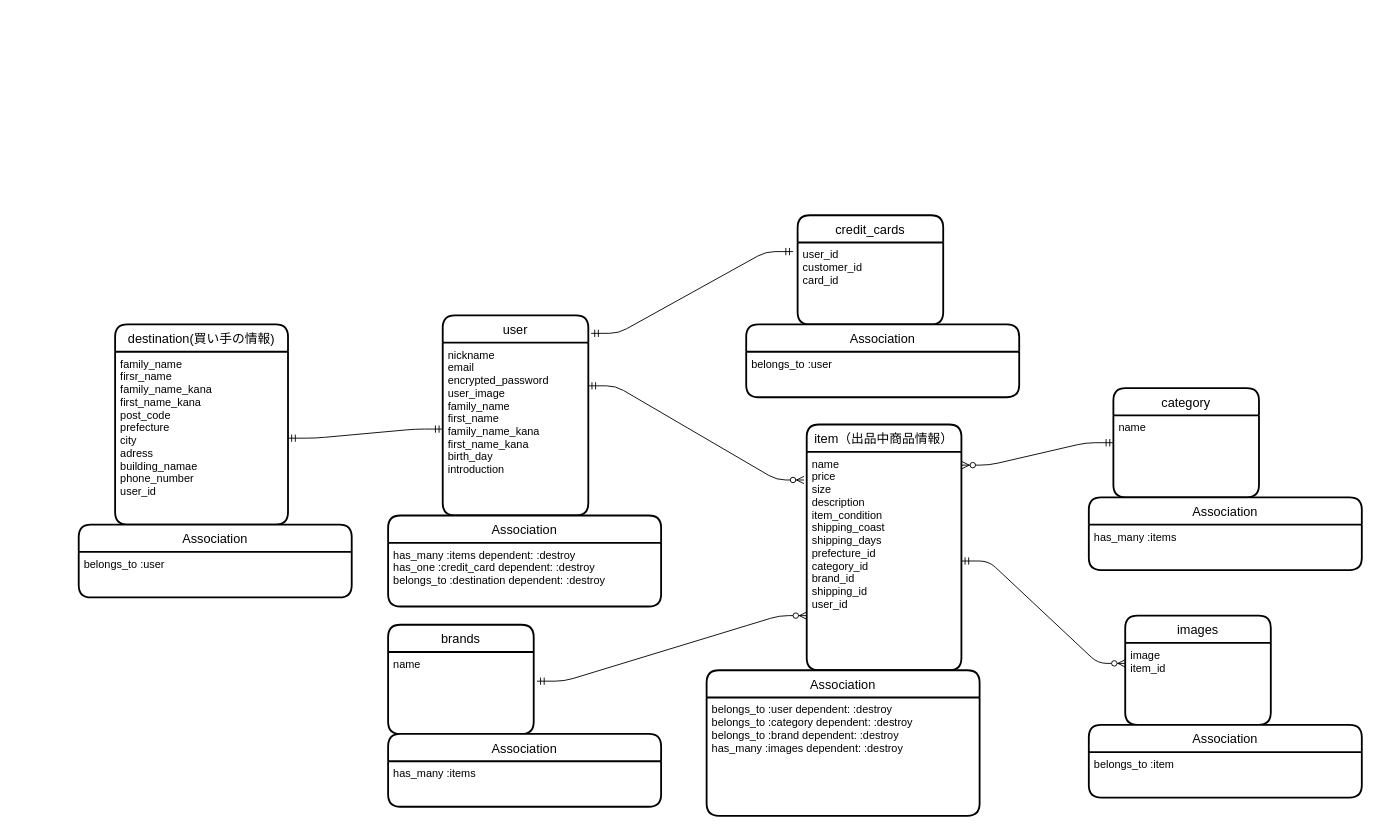
donrow007/furima-38283 keeps this draw.io diagram as furima.dio. Above is the earlier version. Source tidied: cells renumbered, new cells numbered last; positions are measured from the earlier drawing's top-left corner, leaving out a move shared by most shapes. Both pictures are drawn from the tidied source at 91%, with x=0, y=0 at pixel (78, 215).
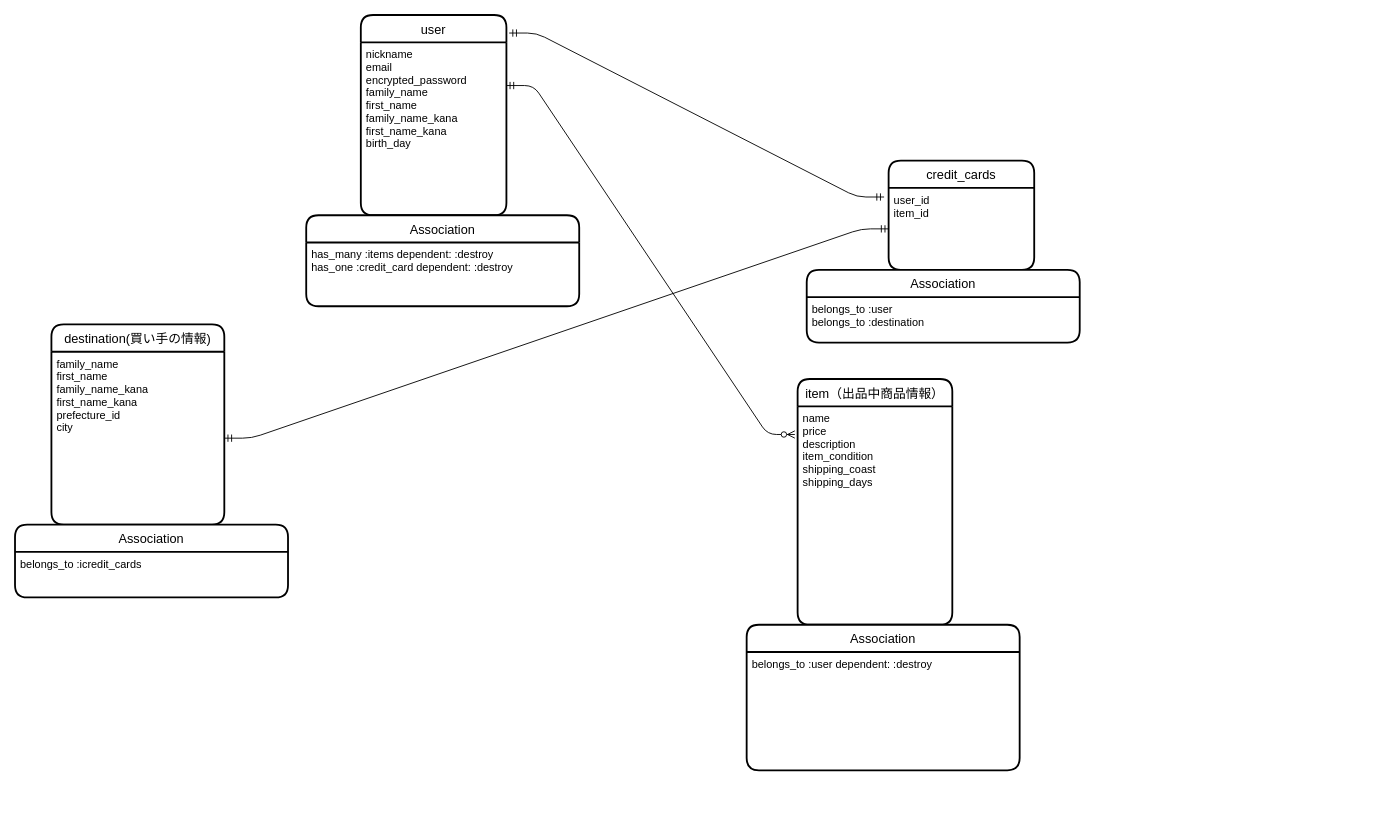
Above is the later version.

Commit message (it also covers changes not shown here):
DB設計　２回目提出

Diff of the diagram source:
```diff
@@
     <mxCell id="2" value="credit_cards" style="swimlane;horizontal=1;startSize=30;rounded=1;fontSize=14;fontStyle=0;strokeWidth=2;shadow=0;dashed=0;align=center;" parent="1" vertex="1">
-      <mxGeometry x="790" width="160" height="120" as="geometry" />
+      <mxGeometry x="890" y="-60" width="160" height="120" as="geometry" />
     </mxCell>
-    <mxCell id="3" value="user_id&#10;customer_id&#10;card_id" style="align=left;strokeColor=none;fillColor=none;spacingLeft=4;fontSize=12;verticalAlign=top;" parent="2" vertex="1">
+    <mxCell id="3" value="user_id&#10;item_id" style="align=left;strokeColor=none;fillColor=none;spacingLeft=4;fontSize=12;verticalAlign=top;" parent="2" vertex="1">
       <mxGeometry y="30" width="160" height="90" as="geometry" />
     </mxCell>
-    <mxCell id="4" value="brands" style="swimlane;horizontal=1;startSize=30;rounded=1;fontSize=14;fontStyle=0;strokeWidth=2;shadow=0;dashed=0;align=center;" parent="1" vertex="1">
-      <mxGeometry x="340" y="450" width="160" height="120" as="geometry" />
-    </mxCell>
-    <mxCell id="5" value="name" style="align=left;strokeColor=none;fillColor=none;spacingLeft=4;fontSize=12;verticalAlign=top;" parent="4" vertex="1">
-      <mxGeometry y="30" width="160" height="90" as="geometry" />
-    </mxCell>
-    <mxCell id="6" value="images" style="swimlane;horizontal=1;startSize=30;rounded=1;fontSize=14;fontStyle=0;strokeWidth=2;shadow=0;dashed=0;align=center;" parent="1" vertex="1">
-      <mxGeometry x="1150" y="440" width="160" height="120" as="geometry" />
-    </mxCell>
-    <mxCell id="7" value="image&#10;item_id&#10;" style="align=left;strokeColor=none;fillColor=none;spacingLeft=4;fontSize=12;verticalAlign=top;" parent="6" vertex="1">
-      <mxGeometry y="30" width="160" height="90" as="geometry" />
-    </mxCell>
-    <mxCell id="8" value="category" style="swimlane;horizontal=1;startSize=30;rounded=1;fontSize=14;fontStyle=0;strokeWidth=2;shadow=0;dashed=0;align=center;" parent="1" vertex="1">
-      <mxGeometry x="1137" y="190" width="160" height="120" as="geometry" />
-    </mxCell>
-    <mxCell id="9" value="name&#10;&#10;" style="align=left;strokeColor=none;fillColor=none;spacingLeft=4;fontSize=12;verticalAlign=top;" parent="8" vertex="1">
-      <mxGeometry y="30" width="160" height="90" as="geometry" />
-    </mxCell>
     <mxCell id="10" value="item（出品中商品情報）" style="swimlane;horizontal=1;startSize=30;rounded=1;fontSize=14;fontStyle=0;strokeWidth=2;shadow=0;dashed=0;align=center;" parent="1" vertex="1">
-      <mxGeometry x="800" y="230" width="170" height="270" as="geometry" />
+      <mxGeometry x="790" y="180" width="170" height="270" as="geometry" />
     </mxCell>
-    <mxCell id="11" value="name&#10;price&#10;size&#10;description&#10;item_condition&#10;shipping_coast&#10;shipping_days&#10;prefecture_id&#10;category_id&#10;brand_id&#10;shipping_id&#10;user_id&#10;&#10;&#10;" style="align=left;strokeColor=none;fillColor=none;spacingLeft=4;fontSize=12;verticalAlign=top;" parent="10" vertex="1">
+    <mxCell id="11" value="name&#10;price&#10;description&#10;item_condition&#10;shipping_coast&#10;shipping_days&#10;&#10;&#10;" style="align=left;strokeColor=none;fillColor=none;spacingLeft=4;fontSize=12;verticalAlign=top;" parent="10" vertex="1">
       <mxGeometry y="30" width="170" height="240" as="geometry" />
     </mxCell>
     <mxCell id="12" value="destination(買い手の情報)" style="swimlane;horizontal=1;startSize=30;rounded=1;fontSize=14;fontStyle=0;strokeWidth=2;shadow=0;dashed=0;align=center;" parent="1" vertex="1">
-      <mxGeometry x="40" y="120" width="190" height="220" as="geometry" />
+      <mxGeometry x="-30" y="120" width="190" height="220" as="geometry" />
     </mxCell>
-    <mxCell id="13" value="family_name&#10;firsr_name&#10;family_name_kana&#10;first_name_kana&#10;post_code&#10;prefecture&#10;city&#10;adress&#10;building_namae&#10;phone_number&#10;user_id&#10;" style="align=left;strokeColor=none;fillColor=none;spacingLeft=4;fontSize=12;verticalAlign=top;" parent="12" vertex="1">
+    <mxCell id="13" value="family_name&#10;first_name&#10;family_name_kana&#10;first_name_kana&#10;prefecture_id&#10;city&#10;&#10;&#10;&#10;&#10;" style="align=left;strokeColor=none;fillColor=none;spacingLeft=4;fontSize=12;verticalAlign=top;" parent="12" vertex="1">
       <mxGeometry y="30" width="190" height="190" as="geometry" />
     </mxCell>
     <mxCell id="14" value="user" style="swimlane;horizontal=1;startSize=30;rounded=1;fontSize=14;fontStyle=0;strokeWidth=2;shadow=0;dashed=0;align=center;" parent="1" vertex="1">
-      <mxGeometry x="400" y="110" width="160" height="220" as="geometry" />
+      <mxGeometry x="310" y="-220" width="160" height="220" as="geometry" />
     </mxCell>
-    <mxCell id="15" value="nickname&#10;email&#10;encrypted_password&#10;user_image&#10;family_name&#10;first_name&#10;family_name_kana&#10;first_name_kana&#10;birth_day&#10;introduction&#10;&#10;" style="align=left;strokeColor=none;fillColor=none;spacingLeft=4;fontSize=12;verticalAlign=top;" parent="14" vertex="1">
+    <mxCell id="15" value="nickname&#10;email&#10;encrypted_password&#10;family_name&#10;first_name&#10;family_name_kana&#10;first_name_kana&#10;birth_day&#10;&#10;" style="align=left;strokeColor=none;fillColor=none;spacingLeft=4;fontSize=12;verticalAlign=top;" parent="14" vertex="1">
       <mxGeometry y="30" width="160" height="190" as="geometry" />
     </mxCell>
@@
-    <mxCell id="18" style="edgeStyle=entityRelationEdgeStyle;fontSize=12;html=1;endArrow=ERmandOne;startArrow=ERmandOne;exitX=1;exitY=0.5;exitDx=0;exitDy=0;" parent="1" edge="1" source="13" target="15">
+    <mxCell id="18" style="edgeStyle=entityRelationEdgeStyle;fontSize=12;html=1;endArrow=ERmandOne;startArrow=ERmandOne;exitX=1;exitY=0.5;exitDx=0;exitDy=0;entryX=0;entryY=0.5;entryDx=0;entryDy=0;" parent="1" edge="1" source="13" target="3">
       <mxGeometry relative="1" as="geometry" />
     </mxCell>
-    <mxCell id="19" style="edgeStyle=entityRelationEdgeStyle;fontSize=12;html=1;endArrow=ERzeroToMany;startArrow=ERmandOne;entryX=1.003;entryY=0.061;entryDx=0;entryDy=0;entryPerimeter=0;" parent="1" edge="1" source="8" target="11">
-      <mxGeometry relative="1" as="geometry" />
-    </mxCell>
-    <mxCell id="20" style="edgeStyle=entityRelationEdgeStyle;fontSize=12;html=1;endArrow=ERzeroToMany;startArrow=ERmandOne;entryX=0;entryY=0.25;entryDx=0;entryDy=0;" parent="1" edge="1" source="11" target="7">
-      <mxGeometry relative="1" as="geometry" />
-    </mxCell>
-    <mxCell id="21" style="edgeStyle=entityRelationEdgeStyle;fontSize=12;html=1;endArrow=ERzeroToMany;startArrow=ERmandOne;entryX=0;entryY=0.75;entryDx=0;entryDy=0;exitX=1.022;exitY=0.356;exitDx=0;exitDy=0;exitPerimeter=0;" parent="1" edge="1" source="5" target="11">
-      <mxGeometry relative="1" as="geometry" />
-    </mxCell>
     <mxCell id="22" value="Association" style="swimlane;horizontal=1;startSize=30;rounded=1;fontSize=14;fontStyle=0;strokeWidth=2;shadow=0;dashed=0;align=center;" parent="1" vertex="1">
-      <mxGeometry x="340" y="330" width="300" height="100" as="geometry" />
+      <mxGeometry x="250" width="300" height="100" as="geometry" />
     </mxCell>
-    <mxCell id="23" value="has_many :items dependent: :destroy&#10;has_one :credit_card dependent: :destroy&#10;belongs_to :destination dependent: :destroy&#10;" style="align=left;strokeColor=none;fillColor=none;spacingLeft=4;fontSize=12;verticalAlign=top;" parent="22" vertex="1">
+    <mxCell id="23" value="has_many :items dependent: :destroy&#10;has_one :credit_card dependent: :destroy&#10;&#10;" style="align=left;strokeColor=none;fillColor=none;spacingLeft=4;fontSize=12;verticalAlign=top;" parent="22" vertex="1">
       <mxGeometry y="30" width="300" height="70" as="geometry" />
     </mxCell>
     <mxCell id="24" value="Association" style="swimlane;horizontal=1;startSize=30;rounded=1;fontSize=14;fontStyle=0;strokeWidth=2;shadow=0;dashed=0;align=center;" parent="1" vertex="1">
-      <mxGeometry y="340" width="300" height="80" as="geometry" />
+      <mxGeometry x="-70" y="340" width="300" height="80" as="geometry" />
     </mxCell>
-    <mxCell id="25" value="belongs_to :user" style="align=left;strokeColor=none;fillColor=none;spacingLeft=4;fontSize=12;verticalAlign=top;" parent="24" vertex="1">
+    <mxCell id="25" value="belongs_to :icredit_cards" style="align=left;strokeColor=none;fillColor=none;spacingLeft=4;fontSize=12;verticalAlign=top;" parent="24" vertex="1">
       <mxGeometry y="30" width="300" height="50" as="geometry" />
     </mxCell>
     <mxCell id="26" value="Association" style="swimlane;horizontal=1;startSize=30;rounded=1;fontSize=14;fontStyle=0;strokeWidth=2;shadow=0;dashed=0;align=center;" parent="1" vertex="1">
-      <mxGeometry x="733.5" y="120" width="300" height="80" as="geometry" />
+      <mxGeometry x="800" y="60" width="300" height="80" as="geometry" />
     </mxCell>
-    <mxCell id="27" value="belongs_to :user" style="align=left;strokeColor=none;fillColor=none;spacingLeft=4;fontSize=12;verticalAlign=top;" parent="26" vertex="1">
+    <mxCell id="27" value="belongs_to :user&#10;belongs_to :destination" style="align=left;strokeColor=none;fillColor=none;spacingLeft=4;fontSize=12;verticalAlign=top;" parent="26" vertex="1">
       <mxGeometry y="30" width="300" height="50" as="geometry" />
     </mxCell>
     <mxCell id="28" value="Association" style="swimlane;horizontal=1;startSize=30;rounded=1;fontSize=14;fontStyle=0;strokeWidth=2;shadow=0;dashed=0;align=center;" parent="1" vertex="1">
-      <mxGeometry x="690" y="500" width="300" height="160" as="geometry" />
+      <mxGeometry x="734" y="450" width="300" height="160" as="geometry" />
     </mxCell>
-    <mxCell id="29" value="belongs_to :user dependent: :destroy&#10;belongs_to :category dependent: :destroy&#10;belongs_to :brand dependent: :destroy&#10;has_many :images dependent: :destroy&#10;" style="align=left;strokeColor=none;fillColor=none;spacingLeft=4;fontSize=12;verticalAlign=top;" parent="28" vertex="1">
+    <mxCell id="29" value="belongs_to :user dependent: :destroy&#10;" style="align=left;strokeColor=none;fillColor=none;spacingLeft=4;fontSize=12;verticalAlign=top;" parent="28" vertex="1">
       <mxGeometry y="30" width="300" height="130" as="geometry" />
     </mxCell>
-    <mxCell id="30" value="Association" style="swimlane;horizontal=1;startSize=30;rounded=1;fontSize=14;fontStyle=0;strokeWidth=2;shadow=0;dashed=0;align=center;" parent="1" vertex="1">
-      <mxGeometry x="340" y="570" width="300" height="80" as="geometry" />
-    </mxCell>
-    <mxCell id="31" value="has_many :items" style="align=left;strokeColor=none;fillColor=none;spacingLeft=4;fontSize=12;verticalAlign=top;" parent="30" vertex="1">
-      <mxGeometry y="30" width="300" height="50" as="geometry" />
-    </mxCell>
-    <mxCell id="32" value="Association" style="swimlane;horizontal=1;startSize=30;rounded=1;fontSize=14;fontStyle=0;strokeWidth=2;shadow=0;dashed=0;align=center;" parent="1" vertex="1">
-      <mxGeometry x="1110" y="310" width="300" height="80" as="geometry" />
-    </mxCell>
-    <mxCell id="33" value="has_many :items&#10;" style="align=left;strokeColor=none;fillColor=none;spacingLeft=4;fontSize=12;verticalAlign=top;" parent="32" vertex="1">
-      <mxGeometry y="30" width="300" height="50" as="geometry" />
-    </mxCell>
-    <mxCell id="34" value="Association" style="swimlane;horizontal=1;startSize=30;rounded=1;fontSize=14;fontStyle=0;strokeWidth=2;shadow=0;dashed=0;align=center;" parent="1" vertex="1">
-      <mxGeometry x="1110" y="560" width="300" height="80" as="geometry" />
-    </mxCell>
-    <mxCell id="35" value="belongs_to :item" style="align=left;strokeColor=none;fillColor=none;spacingLeft=4;fontSize=12;verticalAlign=top;" parent="34" vertex="1">
-      <mxGeometry y="30" width="300" height="50" as="geometry" />
-    </mxCell>
```
